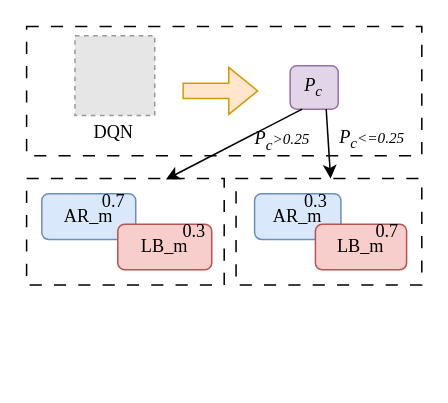
Above: mutaionTaol.drawio in aslongaslihappy/algorithm (draw.io), before the change. Source tidied: cells renumbered, new cells numbered last; positions are measured from the earlier drawing's top-left corner, leaving out a move shared by most shapes. Both pictures are drawn from the tidied source at 152%, with x=0, y=0 at pixel (26, 26). Pictures stored in the file or linked from it are replaced by grey dashed boxes.
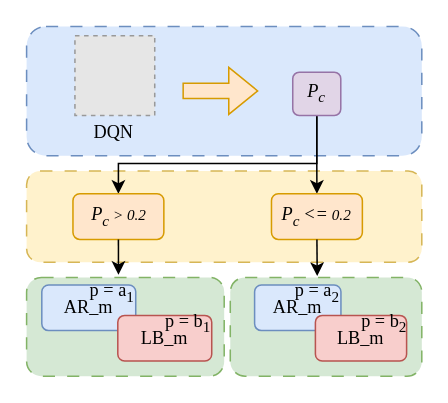
Above is the later version.

What changed in the source:
```diff
@@
-    <mxCell id="2" style="rounded=0;whiteSpace=wrap;html=1;dashed=1;dashPattern=8 8;fontFamily=Times New Roman;" parent="1" vertex="1">
-      <mxGeometry x="137.8" y="100" width="122.2" height="70" as="geometry" />
-    </mxCell>
-    <mxCell id="3" style="rounded=0;whiteSpace=wrap;html=1;dashed=1;dashPattern=8 8;fontFamily=Times New Roman;" parent="1" vertex="1">
-      <mxGeometry y="100" width="130" height="70" as="geometry" />
-    </mxCell>
-    <mxCell id="4" style="rounded=0;whiteSpace=wrap;html=1;dashed=1;dashPattern=8 8;fontFamily=Times New Roman;" parent="1" vertex="1">
-      <mxGeometry width="260" height="85" as="geometry" />
-    </mxCell>
+    <mxCell id="21" style="rounded=1;whiteSpace=wrap;html=1;dashed=1;dashPattern=8 8;fillColor=#dae8fc;strokeColor=#6c8ebf;" parent="1" vertex="1">
+      <mxGeometry width="260" height="85" as="geometry" />
+    </mxCell>
+    <mxCell id="22" style="rounded=1;whiteSpace=wrap;html=1;dashed=1;dashPattern=8 8;fillColor=#fff2cc;strokeColor=#d6b656;" parent="1" vertex="1">
+      <mxGeometry y="95" width="260" height="60" as="geometry" />
+    </mxCell>
+    <mxCell id="23" style="edgeStyle=orthogonalEdgeStyle;rounded=0;jettySize=auto;html=1;exitX=0.5;exitY=1;exitDx=0;exitDy=0;entryX=0.5;entryY=0;entryDx=0;entryDy=0;" parent="1" edge="1" source="7" target="25">
+      <mxGeometry relative="1" as="geometry">
+        <Array as="points">
+          <mxPoint x="191" y="90" />
+          <mxPoint x="60" y="90" />
+        </Array>
+      </mxGeometry>
+    </mxCell>
+    <mxCell id="24" style="edgeStyle=orthogonalEdgeStyle;rounded=0;jettySize=auto;html=1;exitX=0.5;exitY=1;exitDx=0;exitDy=0;entryX=0.5;entryY=0;entryDx=0;entryDy=0;" parent="1" edge="1" source="7" target="26">
+      <mxGeometry relative="1" as="geometry" />
+    </mxCell>
+    <mxCell id="7" value="P&lt;sub&gt;c&lt;/sub&gt;" style="rounded=1;whiteSpace=wrap;html=1;fontFamily=Times New Roman;fontStyle=2;fillColor=#e1d5e7;strokeColor=#9673a6;" parent="1" vertex="1">
+      <mxGeometry x="175.1" y="30" width="31.6" height="28.5" as="geometry" />
+    </mxCell>
+    <mxCell id="8" style="fillColor=#E6E6E6;strokeColor=#999999;dashed=1;verticalLabelPosition=bottom;labelBackgroundColor=default;verticalAlign=top;fontFamily=Times New Roman;" parent="1" vertex="1">
+      <mxGeometry x="31.8" y="6" width="52.5" height="52.5" as="geometry" />
+    </mxCell>
+    <mxCell id="12" value="DQN" style="text;html=1;align=center;verticalAlign=middle;strokeColor=none;fillColor=none;fontFamily=Times New Roman;" parent="1" vertex="1">
+      <mxGeometry x="31.8" y="55" width="50" height="30" as="geometry" />
+    </mxCell>
+    <mxCell id="20" style="shape=flexArrow;endArrow=classic;html=1;rounded=0;fillColor=#ffe6cc;strokeColor=#d79b00;" parent="1" edge="1">
+      <mxGeometry relative="1" as="geometry">
+        <mxPoint x="102.5" y="42.3" as="sourcePoint" />
+        <mxPoint x="152.5" y="42.3" as="targetPoint" />
+      </mxGeometry>
+    </mxCell>
+    <mxCell id="25" value="&lt;span style=&quot;font-family: &amp;quot;Times New Roman&amp;quot;; font-style: italic;&quot;&gt;P&lt;sub&gt;c&amp;nbsp;&lt;/sub&gt;&lt;span style=&quot;font-size: 10px;&quot;&gt;&amp;gt; 0.2&lt;/span&gt;&lt;/span&gt;" style="rounded=1;whiteSpace=wrap;html=1;fillColor=#ffe6cc;strokeColor=#d79b00;" parent="1" vertex="1">
+      <mxGeometry x="30.5" y="110" width="59.8" height="30" as="geometry" />
+    </mxCell>
+    <mxCell id="26" value="&lt;span style=&quot;font-family: &amp;quot;Times New Roman&amp;quot;; font-style: italic;&quot;&gt;P&lt;sub&gt;c&amp;nbsp;&lt;/sub&gt;&amp;lt;=&lt;span style=&quot;font-size: 10px;&quot;&gt;&amp;nbsp;0.2&lt;/span&gt;&lt;/span&gt;" style="rounded=1;whiteSpace=wrap;html=1;fillColor=#ffe6cc;strokeColor=#d79b00;" parent="1" vertex="1">
+      <mxGeometry x="161.1" y="110" width="59.8" height="30" as="geometry" />
+    </mxCell>
+    <mxCell id="27" style="edgeStyle=orthogonalEdgeStyle;rounded=0;jettySize=auto;html=1;exitX=0.5;exitY=1;exitDx=0;exitDy=0;entryX=0.465;entryY=-0.026;entryDx=0;entryDy=0;entryPerimeter=0;" parent="1" edge="1" source="25" target="30">
+      <mxGeometry relative="1" as="geometry" />
+    </mxCell>
+    <mxCell id="28" style="edgeStyle=orthogonalEdgeStyle;rounded=0;jettySize=auto;html=1;exitX=0.5;exitY=1;exitDx=0;exitDy=0;entryX=0.454;entryY=-0.013;entryDx=0;entryDy=0;entryPerimeter=0;" parent="1" edge="1" source="26" target="34">
+      <mxGeometry relative="1" as="geometry" />
+    </mxCell>
+    <mxCell id="29" style="group;" parent="1" vertex="1">
+      <mxGeometry y="160" width="130.5" height="70" as="geometry" />
+    </mxCell>
+    <mxCell id="30" style="rounded=1;whiteSpace=wrap;html=1;dashed=1;dashPattern=8 8;fillColor=#d5e8d4;strokeColor=#82b366;" parent="29" vertex="1">
+      <mxGeometry y="5" width="130" height="65" as="geometry" />
+    </mxCell>
-    <mxCell id="5" value="&lt;span lang=&quot;EN-US&quot; style=&quot;&quot;&gt;AR_m&lt;/span&gt;" style="rounded=1;whiteSpace=wrap;html=1;fontSize=12;fontFamily=Times New Roman;fillColor=#dae8fc;strokeColor=#6c8ebf;" parent="1" vertex="1">
-      <mxGeometry x="10" y="110" width="61.8" height="30" as="geometry" />
+    <mxCell id="5" value="&lt;span lang=&quot;EN-US&quot; style=&quot;&quot;&gt;AR_m&lt;/span&gt;" style="rounded=1;whiteSpace=wrap;html=1;fontSize=12;fontFamily=Times New Roman;fillColor=#dae8fc;strokeColor=#6c8ebf;" parent="29" vertex="1">
+      <mxGeometry x="10" y="10" width="61.8" height="30" as="geometry" />
     </mxCell>
-    <mxCell id="6" value="&lt;span lang=&quot;EN-US&quot;&gt;LB_m&lt;/span&gt;" style="rounded=1;whiteSpace=wrap;html=1;fontFamily=Times New Roman;fontSize=12;fillColor=#f8cecc;strokeColor=#b85450;" parent="1" vertex="1">
-      <mxGeometry x="60" y="130" width="61.8" height="30" as="geometry" />
+    <mxCell id="6" value="&lt;span lang=&quot;EN-US&quot;&gt;LB_m&lt;/span&gt;" style="rounded=1;whiteSpace=wrap;html=1;fontFamily=Times New Roman;fontSize=12;fillColor=#f8cecc;strokeColor=#b85450;" parent="29" vertex="1">
+      <mxGeometry x="60" y="30" width="61.8" height="30" as="geometry" />
     </mxCell>
-    <mxCell id="7" value="P&lt;sub&gt;c&lt;/sub&gt;" style="rounded=1;whiteSpace=wrap;html=1;fontFamily=Times New Roman;fontStyle=2;fillColor=#e1d5e7;strokeColor=#9673a6;" parent="1" vertex="1">
-      <mxGeometry x="173.4" y="25.8" width="31.6" height="28.5" as="geometry" />
-    </mxCell>
-    <mxCell id="8" style="fillColor=#E6E6E6;strokeColor=#999999;dashed=1;verticalLabelPosition=bottom;labelBackgroundColor=default;verticalAlign=top;fontFamily=Times New Roman;" parent="1" vertex="1">
-      <mxGeometry x="31.8" y="6" width="52.5" height="52.5" as="geometry" />
-    </mxCell>
-    <mxCell id="9" value="0.7" style="text;html=1;align=center;verticalAlign=middle;strokeColor=none;fillColor=none;fontFamily=Times New Roman;" parent="1" vertex="1">
-      <mxGeometry x="36.8" y="100" width="40" height="30" as="geometry" />
-    </mxCell>
+    <mxCell id="31" value="p = a&lt;sub&gt;1&lt;/sub&gt;" style="text;html=1;align=center;verticalAlign=middle;strokeColor=none;fillColor=none;fontFamily=Times New Roman;" parent="29" vertex="1">
+      <mxGeometry x="30.5" width="50" height="30" as="geometry" />
+    </mxCell>
+    <mxCell id="32" value="p = b&lt;sub&gt;1&lt;/sub&gt;" style="text;html=1;align=center;verticalAlign=middle;strokeColor=none;fillColor=none;fontFamily=Times New Roman;" parent="29" vertex="1">
+      <mxGeometry x="80.5" y="20" width="50" height="30" as="geometry" />
+    </mxCell>
+    <mxCell id="33" style="group;" parent="1" vertex="1">
+      <mxGeometry x="134" y="160" width="126" height="70" as="geometry" />
+    </mxCell>
+    <mxCell id="34" style="rounded=1;whiteSpace=wrap;html=1;dashed=1;dashPattern=8 8;fillColor=#d5e8d4;strokeColor=#82b366;" parent="33" vertex="1">
+      <mxGeometry y="5" width="126" height="65" as="geometry" />
+    </mxCell>
-    <mxCell id="10" value="&lt;span lang=&quot;EN-US&quot; style=&quot;&quot;&gt;AR_m&lt;/span&gt;" style="rounded=1;whiteSpace=wrap;html=1;fontSize=12;fontFamily=Times New Roman;fillColor=#dae8fc;strokeColor=#6c8ebf;" parent="1" vertex="1">
-      <mxGeometry x="150" y="110" width="56.8" height="30" as="geometry" />
+    <mxCell id="10" value="&lt;span lang=&quot;EN-US&quot; style=&quot;&quot;&gt;AR_m&lt;/span&gt;" style="rounded=1;whiteSpace=wrap;html=1;fontSize=12;fontFamily=Times New Roman;fillColor=#dae8fc;strokeColor=#6c8ebf;" parent="33" vertex="1">
+      <mxGeometry x="16" y="10" width="56.8" height="30" as="geometry" />
     </mxCell>
-    <mxCell id="11" value="&lt;span lang=&quot;EN-US&quot;&gt;LB_m&lt;/span&gt;" style="rounded=1;whiteSpace=wrap;html=1;fontFamily=Times New Roman;fontSize=12;fillColor=#f8cecc;strokeColor=#b85450;" parent="1" vertex="1">
-      <mxGeometry x="190" y="130" width="60" height="30" as="geometry" />
+    <mxCell id="11" value="&lt;span lang=&quot;EN-US&quot;&gt;LB_m&lt;/span&gt;" style="rounded=1;whiteSpace=wrap;html=1;fontFamily=Times New Roman;fontSize=12;fillColor=#f8cecc;strokeColor=#b85450;" parent="33" vertex="1">
+      <mxGeometry x="56" y="30" width="60" height="30" as="geometry" />
     </mxCell>
-    <mxCell id="12" value="DQN" style="text;html=1;align=center;verticalAlign=middle;strokeColor=none;fillColor=none;fontFamily=Times New Roman;" parent="1" vertex="1">
-      <mxGeometry x="31.8" y="55" width="50" height="30" as="geometry" />
-    </mxCell>
-    <mxCell id="13" value="0.3" style="text;html=1;align=center;verticalAlign=middle;strokeColor=none;fillColor=none;fontFamily=Times New Roman;" parent="1" vertex="1">
-      <mxGeometry x="90.2" y="120" width="40" height="30" as="geometry" />
-    </mxCell>
-    <mxCell id="14" value="0.3" style="text;html=1;align=center;verticalAlign=middle;points=[];strokeColor=none;fillColor=none;fontFamily=Times New Roman;" parent="1" vertex="1">
-      <mxGeometry x="170" y="100" width="40" height="30" as="geometry" />
-    </mxCell>
-    <mxCell id="15" value="0.7" style="text;html=1;align=center;verticalAlign=middle;strokeColor=none;fillColor=none;fontFamily=Times New Roman;" parent="1" vertex="1">
-      <mxGeometry x="216.8" y="120" width="40" height="30" as="geometry" />
-    </mxCell>
-    <mxCell id="16" style="endArrow=classic;html=1;rounded=0;entryX=0.75;entryY=0;entryDx=0;entryDy=0;entryPerimeter=0;exitX=0.75;exitY=1;exitDx=0;exitDy=0;fontFamily=Times New Roman;" parent="1" edge="1" source="7" target="14">
-      <mxGeometry relative="1" as="geometry" />
-    </mxCell>
-    <mxCell id="17" style="endArrow=classic;html=1;rounded=0;exitX=0.25;exitY=1;exitDx=0;exitDy=0;entryX=0.705;entryY=0.008;entryDx=0;entryDy=0;entryPerimeter=0;fontFamily=Times New Roman;" parent="1" edge="1" source="7" target="3">
-      <mxGeometry relative="1" as="geometry" />
-    </mxCell>
-    <mxCell id="18" value="P&lt;sub&gt;c&lt;/sub&gt;&lt;span style=&quot;font-size: 10px;&quot;&gt;&amp;gt;0.25&lt;/span&gt;" style="text;html=1;align=center;verticalAlign=middle;strokeColor=none;fillColor=none;fontFamily=Times New Roman;fontStyle=2;" parent="1" vertex="1">
-      <mxGeometry x="137.8" y="60" width="60" height="30" as="geometry" />
-    </mxCell>
-    <mxCell id="19" value="P&lt;sub&gt;c&lt;/sub&gt;&lt;span style=&quot;font-size: 10px;&quot;&gt;&amp;lt;=0.25&lt;/span&gt;" style="text;html=1;align=center;verticalAlign=middle;strokeColor=none;fillColor=none;fontFamily=Times New Roman;fontStyle=2;" parent="1" vertex="1">
-      <mxGeometry x="196.8" y="58.5" width="60" height="30" as="geometry" />
-    </mxCell>
-    <mxCell id="20" style="shape=flexArrow;endArrow=classic;html=1;rounded=0;fillColor=#ffe6cc;strokeColor=#d79b00;" parent="1" edge="1">
-      <mxGeometry relative="1" as="geometry">
-        <mxPoint x="102.5" y="42.3" as="sourcePoint" />
-        <mxPoint x="152.5" y="42.3" as="targetPoint" />
-      </mxGeometry>
-    </mxCell>
+    <mxCell id="35" value="p = b&lt;sub&gt;2&lt;/sub&gt;" style="text;html=1;align=center;verticalAlign=middle;strokeColor=none;fillColor=none;fontFamily=Times New Roman;" parent="33" vertex="1">
+      <mxGeometry x="76" y="20" width="50" height="30" as="geometry" />
+    </mxCell>
+    <mxCell id="36" value="p = a&lt;sub&gt;2&lt;/sub&gt;" style="text;html=1;align=center;verticalAlign=middle;strokeColor=none;fillColor=none;fontFamily=Times New Roman;" parent="33" vertex="1">
+      <mxGeometry x="31.9" width="50" height="30" as="geometry" />
+    </mxCell>
```
